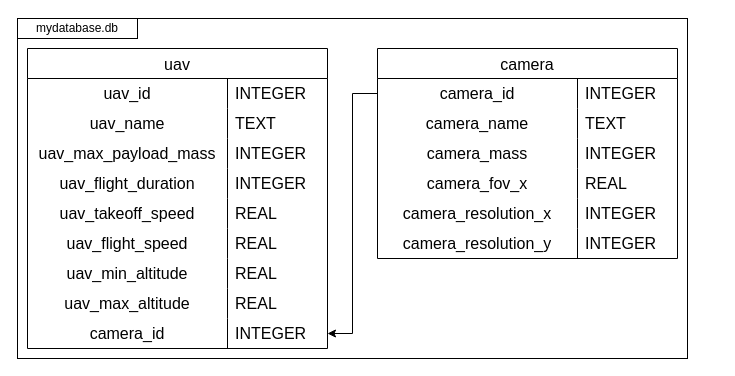
Above: doc/GQW/DB.drawio in evgenkot/uav-route-calculation (draw.io), before the change. Source tidied: cells renumbered, new cells numbered last; positions are measured from the earlier drawing's top-left corner, leaving out a move shared by most shapes. Both pictures are drawn from the tidied source at 100%, with x=0, y=0 at pixel (17, 18).
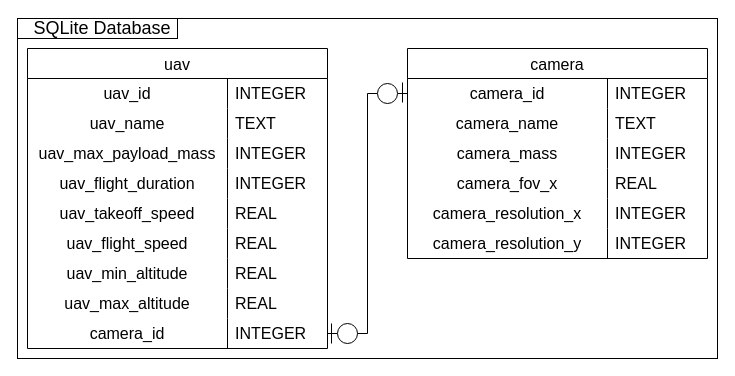
The same diagram, later.

Unchanged cells that the change refers to:
```xml
<mxCell id="28" style="shape=tableRow;horizontal=0;startSize=0;swimlaneHead=0;swimlaneBody=0;top=0;left=0;bottom=0;right=0;fillColor=none;points=[[0,0.5],[1,0.5]];portConstraint=eastwest;strokeColor=inherit;fontSize=16;" parent="3" vertex="1">
  <mxGeometry y="270" width="300" height="30" as="geometry" />
</mxCell>
<mxCell id="33" style="shape=tableRow;horizontal=0;startSize=0;swimlaneHead=0;swimlaneBody=0;top=0;left=0;bottom=0;right=0;fillColor=none;points=[[0,0.5],[1,0.5]];portConstraint=eastwest;strokeColor=inherit;fontSize=16;" parent="32" vertex="1">
  <mxGeometry y="30" width="300" height="30" as="geometry" />
</mxCell>
```

The edit, as a diff of the source:
```diff
@@
     <mxCell id="2" style="rounded=0;whiteSpace=wrap;html=1;" parent="1" vertex="1">
-      <mxGeometry width="670" height="340" as="geometry" />
+      <mxGeometry width="700" height="340" as="geometry" />
     </mxCell>
@@
     <mxCell id="32" value="camera" style="shape=table;startSize=30;childLayout=tableLayout;rowLines=0;fontStyle=0;strokeColor=default;fontSize=16;" parent="1" vertex="1">
-      <mxGeometry x="360" y="30" width="300" height="210" as="geometry" />
+      <mxGeometry x="390" y="30" width="300" height="210" as="geometry" />
     </mxCell>
@@
-    <mxCell id="51" value="mydatabase.db" style="rounded=0;whiteSpace=wrap;html=1;" parent="1" vertex="1">
-      <mxGeometry width="120" height="20" as="geometry" />
+    <mxCell id="51" value="&lt;font style=&quot;font-size: 18px;&quot;&gt;&amp;nbsp; SQLite Database&lt;/font&gt;" style="rounded=0;whiteSpace=wrap;html=1;" parent="1" vertex="1">
+      <mxGeometry width="160" height="20" as="geometry" />
     </mxCell>
-    <mxCell id="52" style="endArrow=none;html=1;rounded=0;exitX=1;exitY=0.5;exitDx=0;exitDy=0;entryX=0;entryY=0.5;entryDx=0;entryDy=0;edgeStyle=orthogonalEdgeStyle;endFill=0;startArrow=classic;startFill=1;" parent="1" edge="1" source="28" target="33">
+    <mxCell id="52" style="endArrow=none;html=1;rounded=0;exitX=1;exitY=0.5;exitDx=0;exitDy=0;entryX=0;entryY=0.5;entryDx=0;entryDy=0;edgeStyle=orthogonalEdgeStyle;endFill=0;startArrow=none;startFill=0;" parent="1" edge="1" source="57" target="33">
       <mxGeometry relative="1" as="geometry" />
     </mxCell>
+    <mxCell id="53" style="endArrow=none;html=1;rounded=0;" parent="1" edge="1">
+      <mxGeometry relative="1" as="geometry">
+        <mxPoint x="314" y="325" as="sourcePoint" />
+        <mxPoint x="314" y="305" as="targetPoint" />
+      </mxGeometry>
+    </mxCell>
+    <mxCell id="54" style="endArrow=none;html=1;rounded=0;exitX=1;exitY=0.5;exitDx=0;exitDy=0;entryX=0;entryY=0.5;entryDx=0;entryDy=0;edgeStyle=orthogonalEdgeStyle;endFill=0;startArrow=none;startFill=0;" parent="1" edge="1" source="28" target="55">
+      <mxGeometry relative="1" as="geometry" />
+    </mxCell>
+    <mxCell id="55" style="ellipse;whiteSpace=wrap;html=1;" parent="1" vertex="1">
+      <mxGeometry x="320" y="305" width="20" height="20" as="geometry" />
+    </mxCell>
+    <mxCell id="56" style="endArrow=none;html=1;rounded=0;exitX=1;exitY=0.5;exitDx=0;exitDy=0;entryX=0;entryY=0.5;entryDx=0;entryDy=0;edgeStyle=orthogonalEdgeStyle;endFill=0;startArrow=none;startFill=0;" parent="1" edge="1" source="55" target="57">
+      <mxGeometry relative="1" as="geometry" />
+    </mxCell>
+    <mxCell id="57" style="ellipse;whiteSpace=wrap;html=1;" parent="1" vertex="1">
+      <mxGeometry x="360" y="65" width="20" height="20" as="geometry" />
+    </mxCell>
+    <mxCell id="58" style="endArrow=none;html=1;rounded=0;" parent="1" edge="1">
+      <mxGeometry relative="1" as="geometry">
+        <mxPoint x="385" y="84" as="sourcePoint" />
+        <mxPoint x="385" y="64" as="targetPoint" />
+      </mxGeometry>
+    </mxCell>
```
